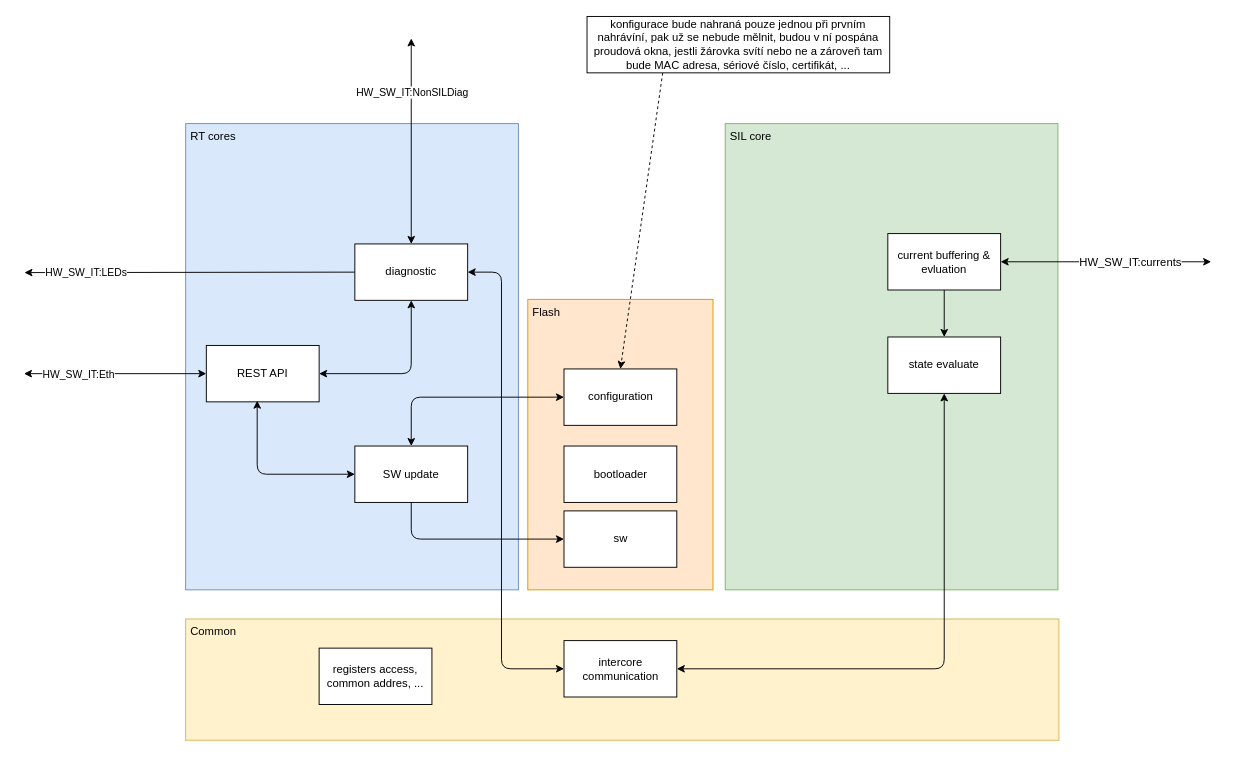
Earlier version of the draw.io diagram schematic/05-sw-architecture.drawio (petrkucerak/diplom-thesis). Source tidied: cells renumbered, new cells numbered last; positions are measured from the earlier drawing's top-left corner, leaving out a move shared by most shapes. Both pictures are drawn from the tidied source at 94%, with x=0, y=0 at pixel (24, 16).
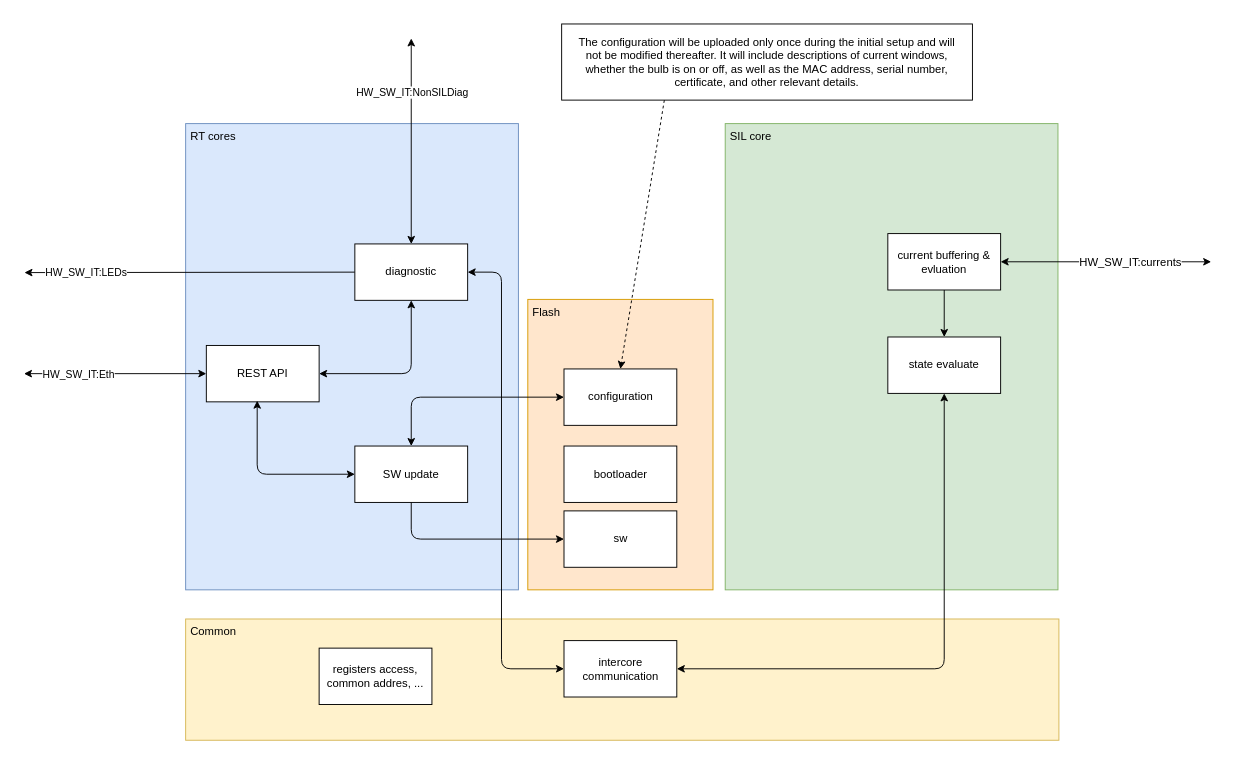
After the change.

What changed in the source:
```diff
@@
-    <mxCell id="32" value="konfigurace bude nahraná pouze jednou při prvním nahrávíní, pak už se nebude mělnit, budou v ní pospána proudová okna, jestli žárovka svítí nebo ne a zároveň tam bude MAC adresa, sériové číslo, certifikát, ..." style="rounded=0;whiteSpace=wrap;html=1;" parent="1" vertex="1">
-      <mxGeometry x="599" width="322" height="60" as="geometry" />
+    <mxCell id="32" value="The configuration will be uploaded only once during the initial setup and will not be modified thereafter. It will include descriptions of current windows, whether the bulb is on or off, as well as the MAC address, serial number, certificate, and other relevant details." style="rounded=0;whiteSpace=wrap;html=1;spacing=12;" parent="1" vertex="1">
+      <mxGeometry x="572" y="8" width="437" height="81" as="geometry" />
     </mxCell>
```
